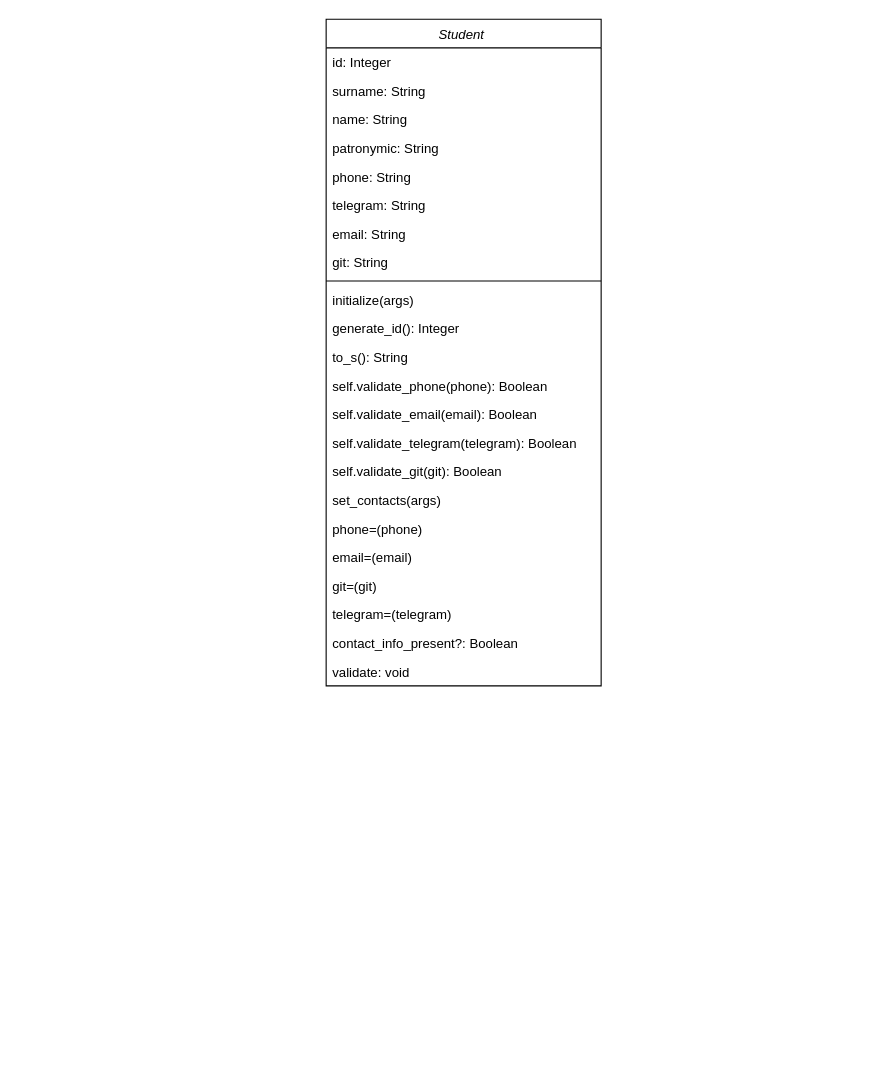
Before: lab_work_2/student class uml.drawio in Extrafly1/paterns-project, a draw.io diagram. Source tidied: cells renumbered, new cells numbered last; positions are measured from the earlier drawing's top-left corner, leaving out a move shared by most shapes. Both pictures are drawn from the tidied source at 110%, with x=0, y=0 at pixel (326, 19).
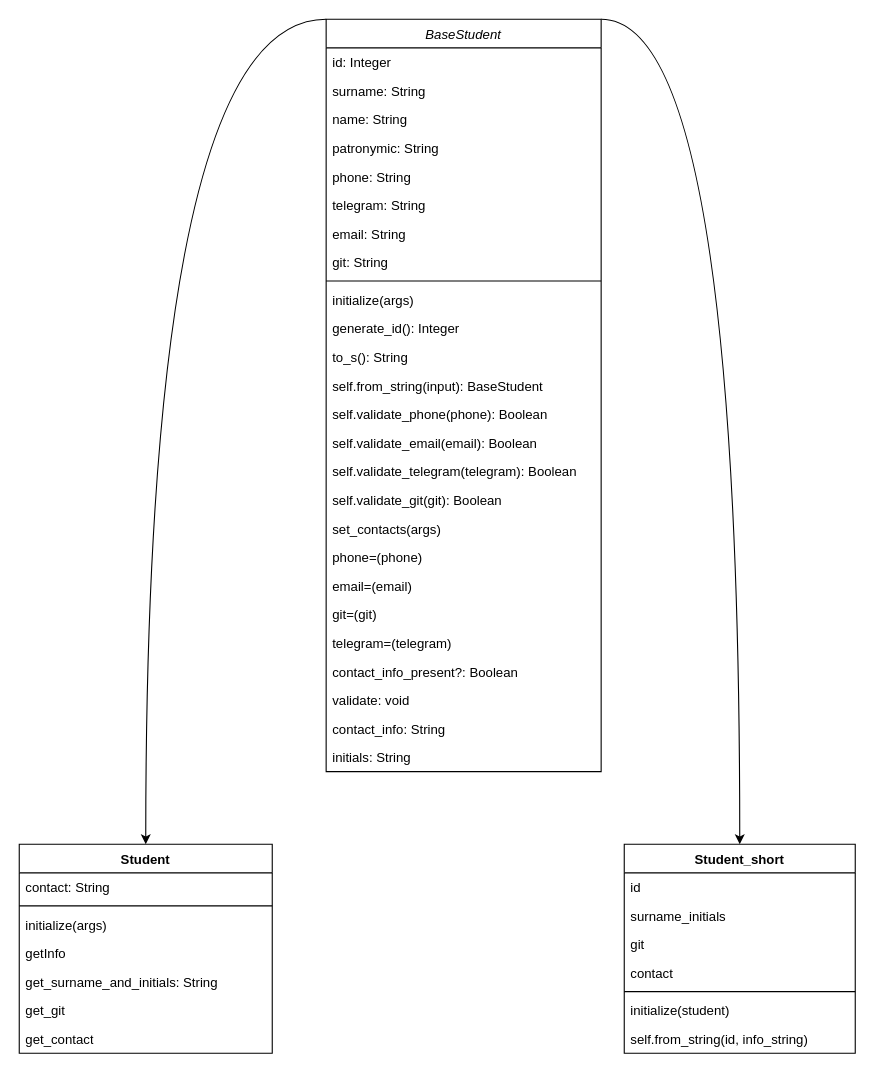
The same diagram, later.

The edit, as a diff of the source:
```diff
@@
+    <mxCell id="26" style="edgeStyle=orthogonalEdgeStyle;rounded=0;jettySize=auto;html=1;exitX=0;exitY=0;exitDx=0;exitDy=0;entryX=0.5;entryY=0;entryDx=0;entryDy=0;curved=1;" parent="1" edge="1" source="2" target="31">
+      <mxGeometry relative="1" as="geometry">
+        <Array as="points">
+          <mxPoint x="-164" />
+        </Array>
+      </mxGeometry>
+    </mxCell>
+    <mxCell id="27" style="edgeStyle=orthogonalEdgeStyle;rounded=0;jettySize=auto;html=1;exitX=1;exitY=0;exitDx=0;exitDy=0;entryX=0.5;entryY=0;entryDx=0;entryDy=0;endArrow=classic;endFill=1;curved=1;" parent="1" edge="1" source="2" target="39">
+      <mxGeometry relative="1" as="geometry">
+        <Array as="points">
+          <mxPoint x="376" />
+        </Array>
+      </mxGeometry>
+    </mxCell>
-    <mxCell id="2" value="Student " style="swimlane;fontStyle=2;align=center;verticalAlign=top;horizontal=1;startSize=26;rounded=0;shadow=0;strokeWidth=1;" parent="1" vertex="1">
-      <mxGeometry width="250" height="606" as="geometry" />
+    <mxCell id="2" value="BaseStudent" style="swimlane;fontStyle=2;align=center;verticalAlign=top;horizontal=1;startSize=26;rounded=0;shadow=0;strokeWidth=1;" parent="1" vertex="1">
+      <mxGeometry width="250" height="684" as="geometry" />
     </mxCell>
@@
+    <mxCell id="28" value="self.from_string(input): BaseStudent" style="text;align=left;verticalAlign=top;spacingLeft=4;spacingRight=4;overflow=hidden;" parent="2" vertex="1">
+      <mxGeometry y="320" width="250" height="26" as="geometry" />
+    </mxCell>
     <mxCell id="15" value="self.validate_phone(phone): Boolean" style="text;align=left;verticalAlign=top;spacingLeft=4;spacingRight=4;overflow=hidden;" parent="2" vertex="1">
-      <mxGeometry y="320" width="250" height="26" as="geometry" />
+      <mxGeometry y="346" width="250" height="26" as="geometry" />
     </mxCell>
     <mxCell id="16" value="self.validate_email(email): Boolean" style="text;align=left;verticalAlign=top;spacingLeft=4;spacingRight=4;overflow=hidden;" parent="2" vertex="1">
-      <mxGeometry y="346" width="250" height="26" as="geometry" />
+      <mxGeometry y="372" width="250" height="26" as="geometry" />
     </mxCell>
     <mxCell id="17" value="self.validate_telegram(telegram): Boolean" style="text;align=left;verticalAlign=top;spacingLeft=4;spacingRight=4;overflow=hidden;" parent="2" vertex="1">
-      <mxGeometry y="372" width="250" height="26" as="geometry" />
+      <mxGeometry y="398" width="250" height="26" as="geometry" />
     </mxCell>
     <mxCell id="18" value="self.validate_git(git): Boolean" style="text;align=left;verticalAlign=top;spacingLeft=4;spacingRight=4;overflow=hidden;" parent="2" vertex="1">
-      <mxGeometry y="398" width="250" height="26" as="geometry" />
+      <mxGeometry y="424" width="250" height="26" as="geometry" />
     </mxCell>
     <mxCell id="19" value="set_contacts(args)" style="text;align=left;verticalAlign=top;spacingLeft=4;spacingRight=4;overflow=hidden;" parent="2" vertex="1">
-      <mxGeometry y="424" width="250" height="26" as="geometry" />
+      <mxGeometry y="450" width="250" height="26" as="geometry" />
     </mxCell>
     <mxCell id="20" value="phone=(phone)" style="text;align=left;verticalAlign=top;spacingLeft=4;spacingRight=4;overflow=hidden;" parent="2" vertex="1">
-      <mxGeometry y="450" width="250" height="26" as="geometry" />
+      <mxGeometry y="476" width="250" height="26" as="geometry" />
     </mxCell>
     <mxCell id="21" value="email=(email)" style="text;align=left;verticalAlign=top;spacingLeft=4;spacingRight=4;overflow=hidden;" parent="2" vertex="1">
-      <mxGeometry y="476" width="250" height="26" as="geometry" />
+      <mxGeometry y="502" width="250" height="26" as="geometry" />
     </mxCell>
     <mxCell id="22" value="git=(git)" style="text;align=left;verticalAlign=top;spacingLeft=4;spacingRight=4;overflow=hidden;" parent="2" vertex="1">
-      <mxGeometry y="502" width="250" height="26" as="geometry" />
+      <mxGeometry y="528" width="250" height="26" as="geometry" />
     </mxCell>
     <mxCell id="23" value="telegram=(telegram)" style="text;align=left;verticalAlign=top;spacingLeft=4;spacingRight=4;overflow=hidden;" parent="2" vertex="1">
-      <mxGeometry y="528" width="250" height="26" as="geometry" />
+      <mxGeometry y="554" width="250" height="26" as="geometry" />
     </mxCell>
     <mxCell id="24" value="contact_info_present?: Boolean" style="text;align=left;verticalAlign=top;spacingLeft=4;spacingRight=4;overflow=hidden;" parent="2" vertex="1">
-      <mxGeometry y="554" width="250" height="26" as="geometry" />
+      <mxGeometry y="580" width="250" height="26" as="geometry" />
     </mxCell>
     <mxCell id="25" value="validate: void" style="text;align=left;verticalAlign=top;spacingLeft=4;spacingRight=4;overflow=hidden;" parent="2" vertex="1">
-      <mxGeometry y="580" width="250" height="26" as="geometry" />
+      <mxGeometry y="606" width="250" height="26" as="geometry" />
     </mxCell>
+    <mxCell id="29" value="contact_info: String" style="text;align=left;verticalAlign=top;spacingLeft=4;spacingRight=4;overflow=hidden;" parent="2" vertex="1">
+      <mxGeometry y="632" width="250" height="26" as="geometry" />
+    </mxCell>
+    <mxCell id="30" value="initials: String" style="text;align=left;verticalAlign=top;spacingLeft=4;spacingRight=4;overflow=hidden;" parent="2" vertex="1">
+      <mxGeometry y="658" width="250" height="26" as="geometry" />
+    </mxCell>
+    <mxCell id="31" value="Student" style="swimlane;fontStyle=1;align=center;verticalAlign=top;horizontal=1;startSize=26;whiteSpace=wrap;html=1;" parent="1" vertex="1">
+      <mxGeometry x="-279" y="750" width="230" height="190" as="geometry" />
+    </mxCell>
+    <mxCell id="32" value="contact: String" style="text;strokeColor=none;fillColor=none;align=left;verticalAlign=top;spacingLeft=4;spacingRight=4;overflow=hidden;whiteSpace=wrap;html=1;" parent="31" vertex="1">
+      <mxGeometry y="26" width="230" height="26" as="geometry" />
+    </mxCell>
+    <mxCell id="33" style="line;strokeWidth=1;fillColor=none;align=left;verticalAlign=middle;spacingTop=-1;spacingLeft=3;spacingRight=3;labelPosition=right;strokeColor=inherit;" parent="31" vertex="1">
+      <mxGeometry y="52" width="230" height="8" as="geometry" />
+    </mxCell>
+    <mxCell id="34" value="initialize(args)" style="text;strokeColor=none;fillColor=none;align=left;verticalAlign=top;spacingLeft=4;spacingRight=4;overflow=hidden;whiteSpace=wrap;html=1;" parent="31" vertex="1">
+      <mxGeometry y="60" width="230" height="26" as="geometry" />
+    </mxCell>
+    <mxCell id="35" value="getInfo" style="text;strokeColor=none;fillColor=none;align=left;verticalAlign=top;spacingLeft=4;spacingRight=4;overflow=hidden;whiteSpace=wrap;html=1;" parent="31" vertex="1">
+      <mxGeometry y="86" width="230" height="26" as="geometry" />
+    </mxCell>
+    <mxCell id="36" value="get_surname_and_initials: String" style="text;strokeColor=none;fillColor=none;align=left;verticalAlign=top;spacingLeft=4;spacingRight=4;overflow=hidden;whiteSpace=wrap;html=1;" parent="31" vertex="1">
+      <mxGeometry y="112" width="230" height="26" as="geometry" />
+    </mxCell>
+    <mxCell id="37" value="get_git" style="text;strokeColor=none;fillColor=none;align=left;verticalAlign=top;spacingLeft=4;spacingRight=4;overflow=hidden;whiteSpace=wrap;html=1;" parent="31" vertex="1">
+      <mxGeometry y="138" width="230" height="26" as="geometry" />
+    </mxCell>
+    <mxCell id="38" value="get_contact" style="text;strokeColor=none;fillColor=none;align=left;verticalAlign=top;spacingLeft=4;spacingRight=4;overflow=hidden;whiteSpace=wrap;html=1;" parent="31" vertex="1">
+      <mxGeometry y="164" width="230" height="26" as="geometry" />
+    </mxCell>
+    <mxCell id="39" value="Student_short" style="swimlane;fontStyle=1;align=center;verticalAlign=top;horizontal=1;startSize=26;whiteSpace=wrap;html=1;" parent="1" vertex="1">
+      <mxGeometry x="271" y="750" width="210" height="190" as="geometry" />
+    </mxCell>
+    <mxCell id="40" value="id" style="text;strokeColor=none;fillColor=none;align=left;verticalAlign=top;spacingLeft=4;spacingRight=4;overflow=hidden;whiteSpace=wrap;html=1;" parent="39" vertex="1">
+      <mxGeometry y="26" width="210" height="26" as="geometry" />
+    </mxCell>
+    <mxCell id="41" value="surname_initials" style="text;strokeColor=none;fillColor=none;align=left;verticalAlign=top;spacingLeft=4;spacingRight=4;overflow=hidden;whiteSpace=wrap;html=1;" parent="39" vertex="1">
+      <mxGeometry y="52" width="210" height="26" as="geometry" />
+    </mxCell>
+    <mxCell id="42" value="git" style="text;strokeColor=none;fillColor=none;align=left;verticalAlign=top;spacingLeft=4;spacingRight=4;overflow=hidden;whiteSpace=wrap;html=1;" parent="39" vertex="1">
+      <mxGeometry y="78" width="210" height="26" as="geometry" />
+    </mxCell>
+    <mxCell id="43" value="contact" style="text;strokeColor=none;fillColor=none;align=left;verticalAlign=top;spacingLeft=4;spacingRight=4;overflow=hidden;whiteSpace=wrap;html=1;" parent="39" vertex="1">
+      <mxGeometry y="104" width="210" height="26" as="geometry" />
+    </mxCell>
+    <mxCell id="44" style="line;strokeWidth=1;fillColor=none;align=left;verticalAlign=middle;spacingTop=-1;spacingLeft=3;spacingRight=3;labelPosition=right;strokeColor=inherit;" parent="39" vertex="1">
+      <mxGeometry y="130" width="210" height="8" as="geometry" />
+    </mxCell>
+    <mxCell id="45" value="initialize(student)" style="text;strokeColor=none;fillColor=none;align=left;verticalAlign=top;spacingLeft=4;spacingRight=4;overflow=hidden;whiteSpace=wrap;html=1;" parent="39" vertex="1">
+      <mxGeometry y="138" width="210" height="26" as="geometry" />
+    </mxCell>
+    <mxCell id="46" value="self.from_string(id, info_string)" style="text;strokeColor=none;fillColor=none;align=left;verticalAlign=top;spacingLeft=4;spacingRight=4;overflow=hidden;whiteSpace=wrap;html=1;" parent="39" vertex="1">
+      <mxGeometry y="164" width="210" height="26" as="geometry" />
+    </mxCell>
```
